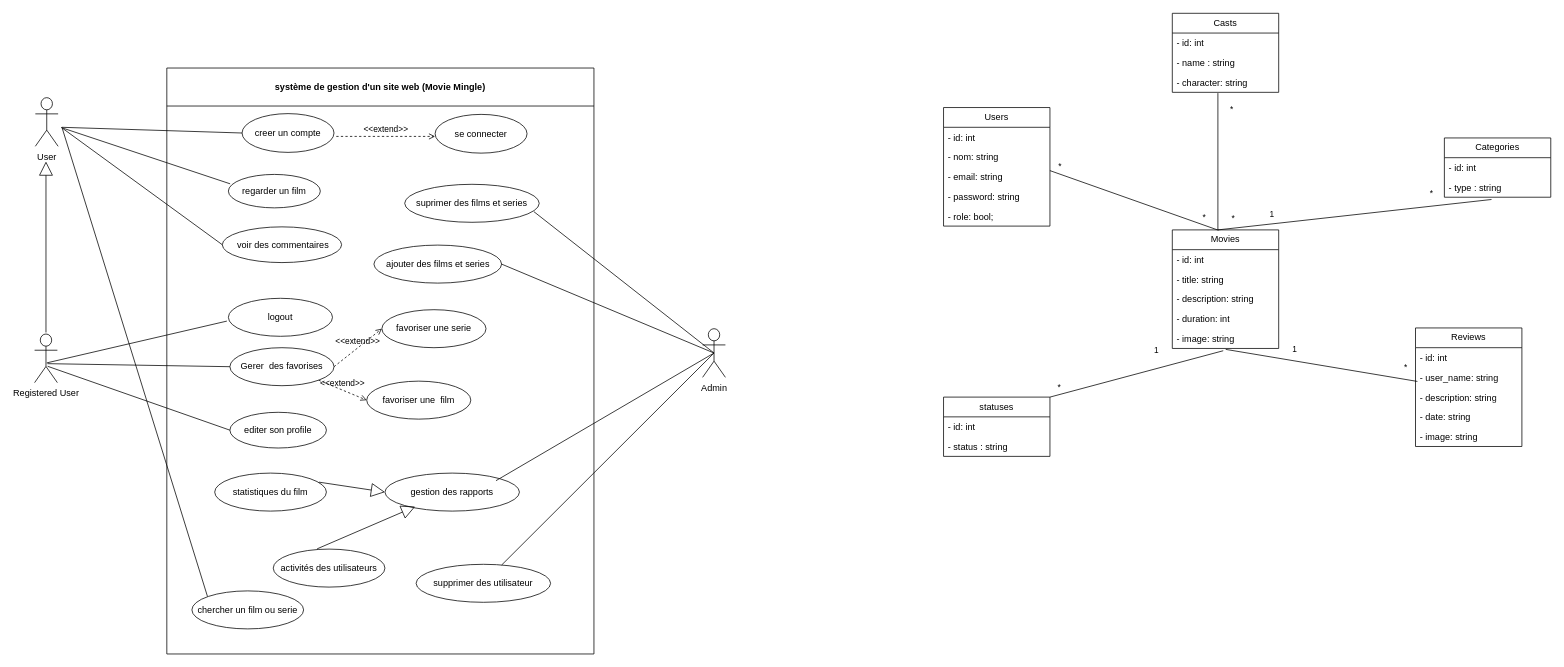
Before: conception/Diagramme sans nom.drawio in Echaftech23/Brief_2, a draw.io diagram. Source tidied: cells renumbered, new cells numbered last; positions are measured from the earlier drawing's top-left corner, leaving out a move shared by most shapes. Both pictures are drawn from the tidied source at 76%, with x=0, y=0 at pixel (34, 13).
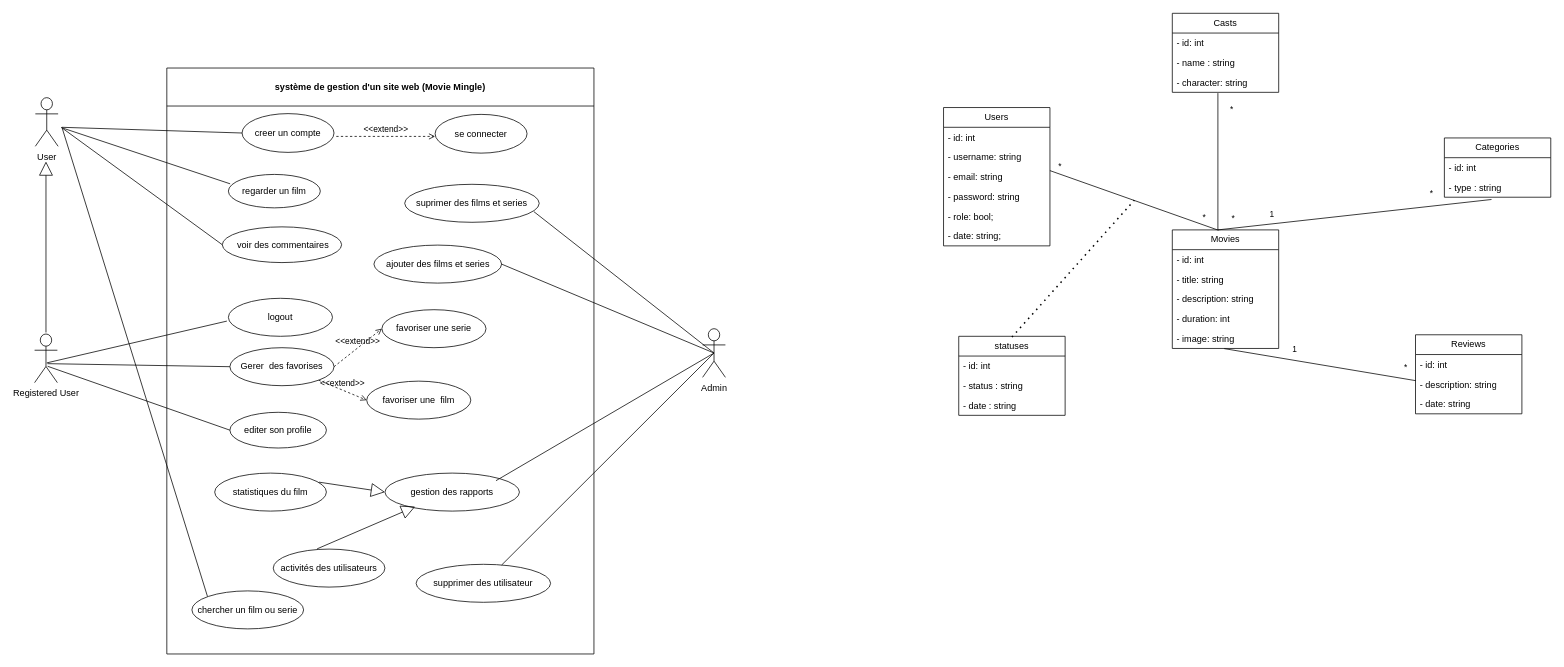
The same diagram, later.

Commit message:
Mettre à jour Diagramme sans nom.drawio

Unchanged cells that the change refers to:
```xml
<mxCell id="38" value="- image: string" style="text;strokeColor=none;fillColor=none;align=left;verticalAlign=top;spacingLeft=4;spacingRight=4;overflow=hidden;points=[[0,0.5],[1,0.5]];portConstraint=eastwest;whiteSpace=wrap;html=1;" parent="33" vertex="1">
  <mxGeometry y="130" width="140" height="26" as="geometry" />
</mxCell>
<mxCell id="55" style="endArrow=none;html=1;rounded=0;entryX=0;entryY=0.5;entryDx=0;entryDy=0;" parent="1" edge="1">
  <mxGeometry relative="1" as="geometry">
    <mxPoint x="1557" y="105" as="sourcePoint" />
    <mxPoint x="1557" y="285" as="targetPoint" />
  </mxGeometry>
</mxCell>
```

The edit, as a diff of the source:
```diff
@@
     <mxCell id="2" value="Users" style="swimlane;fontStyle=0;horizontal=1;startSize=26;fillColor=none;whiteSpace=wrap;html=1;" parent="1" vertex="1">
-      <mxGeometry x="1196" y="124" width="140" height="156" as="geometry" />
+      <mxGeometry x="1196" y="124" width="140" height="182" as="geometry" />
     </mxCell>
@@
-    <mxCell id="4" value="- nom: string" style="text;strokeColor=none;fillColor=none;align=left;verticalAlign=top;spacingLeft=4;spacingRight=4;overflow=hidden;whiteSpace=wrap;html=1;" parent="2" vertex="1">
+    <mxCell id="4" value="- username: string" style="text;strokeColor=none;fillColor=none;align=left;verticalAlign=top;spacingLeft=4;spacingRight=4;overflow=hidden;whiteSpace=wrap;html=1;" parent="2" vertex="1">
       <mxGeometry y="52" width="140" height="26" as="geometry" />
     </mxCell>
@@
+    <mxCell id="82" value="-&amp;nbsp;date: string;" style="text;strokeColor=none;fillColor=none;align=left;verticalAlign=top;spacingLeft=4;spacingRight=4;overflow=hidden;whiteSpace=wrap;html=1;" parent="2" vertex="1">
+      <mxGeometry y="156" width="140" height="26" as="geometry" />
+    </mxCell>
@@
     <mxCell id="43" value="Reviews" style="swimlane;fontStyle=0;horizontal=1;startSize=26;fillColor=none;whiteSpace=wrap;html=1;" parent="1" vertex="1">
-      <mxGeometry x="1817" y="414" width="140" height="156" as="geometry" />
+      <mxGeometry x="1817" y="423" width="140" height="104" as="geometry" />
     </mxCell>
@@
-    <mxCell id="45" value="- user_name: string" style="text;strokeColor=none;fillColor=none;align=left;verticalAlign=top;spacingLeft=4;spacingRight=4;overflow=hidden;points=[[0,0.5],[1,0.5]];portConstraint=eastwest;whiteSpace=wrap;html=1;" parent="43" vertex="1">
-      <mxGeometry y="52" width="140" height="26" as="geometry" />
-    </mxCell>
     <mxCell id="46" value="- description: string" style="text;strokeColor=none;fillColor=none;align=left;verticalAlign=top;spacingLeft=4;spacingRight=4;overflow=hidden;whiteSpace=wrap;html=1;" parent="43" vertex="1">
-      <mxGeometry y="78" width="140" height="26" as="geometry" />
+      <mxGeometry y="52" width="140" height="26" as="geometry" />
     </mxCell>
     <mxCell id="47" value="- date: string" style="text;strokeColor=none;fillColor=none;align=left;verticalAlign=top;spacingLeft=4;spacingRight=4;overflow=hidden;whiteSpace=wrap;html=1;" parent="43" vertex="1">
-      <mxGeometry y="104" width="140" height="26" as="geometry" />
+      <mxGeometry y="78" width="140" height="26" as="geometry" />
     </mxCell>
-    <mxCell id="48" value="- image: string" style="text;strokeColor=none;fillColor=none;align=left;verticalAlign=top;spacingLeft=4;spacingRight=4;overflow=hidden;whiteSpace=wrap;html=1;" parent="43" vertex="1">
-      <mxGeometry y="130" width="140" height="26" as="geometry" />
-    </mxCell>
@@
-    <mxCell id="54" style="endArrow=none;html=1;rounded=0;entryX=0.502;entryY=1.047;entryDx=0;entryDy=0;exitX=0.018;exitY=0.707;exitDx=0;exitDy=0;entryPerimeter=0;exitPerimeter=0;" parent="1" edge="1" source="45" target="38">
-      <mxGeometry relative="1" as="geometry" />
+    <mxCell id="54" style="endArrow=none;html=1;rounded=0;entryX=0.502;entryY=1.047;entryDx=0;entryDy=0;exitX=0.018;exitY=0.707;exitDx=0;exitDy=0;entryPerimeter=0;exitPerimeter=0;" parent="1" edge="1">
+      <mxGeometry relative="1" as="geometry">
+        <mxPoint x="1817.5" y="483.4" as="sourcePoint" />
+        <mxPoint x="1565.3" y="441.2" as="targetPoint" />
+      </mxGeometry>
     </mxCell>
@@
-    <mxCell id="64" value="1" style="edgeLabel;html=1;align=center;verticalAlign=middle;" parent="55" vertex="1">
-      <mxGeometry x="0.05" relative="1" as="geometry">
-        <mxPoint x="-82" y="243" as="offset" />
-      </mxGeometry>
-    </mxCell>
-    <mxCell id="65" value="*" style="edgeLabel;html=1;align=center;verticalAlign=middle;" parent="55" vertex="1">
-      <mxGeometry x="0.05" relative="1" as="geometry">
-        <mxPoint x="-210" y="291" as="offset" />
-      </mxGeometry>
-    </mxCell>
-    <mxCell id="66" style="endArrow=none;html=1;rounded=0;entryX=1;entryY=0;entryDx=0;entryDy=0;" parent="1" edge="1" target="67">
-      <mxGeometry relative="1" as="geometry">
-        <mxPoint x="1564" y="444" as="sourcePoint" />
-      </mxGeometry>
-    </mxCell>
     <mxCell id="67" value="statuses" style="swimlane;fontStyle=0;horizontal=1;startSize=26;fillColor=none;whiteSpace=wrap;html=1;" parent="1" vertex="1">
-      <mxGeometry x="1196" y="505" width="140" height="78" as="geometry" />
+      <mxGeometry x="1216" y="425" width="140" height="104" as="geometry" />
     </mxCell>
@@
+    <mxCell id="83" value="- date : string" style="text;strokeColor=none;fillColor=none;align=left;verticalAlign=top;spacingLeft=4;spacingRight=4;overflow=hidden;whiteSpace=wrap;html=1;" parent="67" vertex="1">
+      <mxGeometry y="78" width="140" height="26" as="geometry" />
+    </mxCell>
@@
+    <mxCell id="84" style="endArrow=none;dashed=1;html=1;dashPattern=1 3;strokeWidth=2;rounded=0;exitX=0.5;exitY=0;exitDx=0;exitDy=0;" parent="1" edge="1">
+      <mxGeometry relative="1" as="geometry">
+        <mxPoint x="1286" y="426" as="sourcePoint" />
+        <mxPoint x="1447" y="246" as="targetPoint" />
+      </mxGeometry>
+    </mxCell>
```
